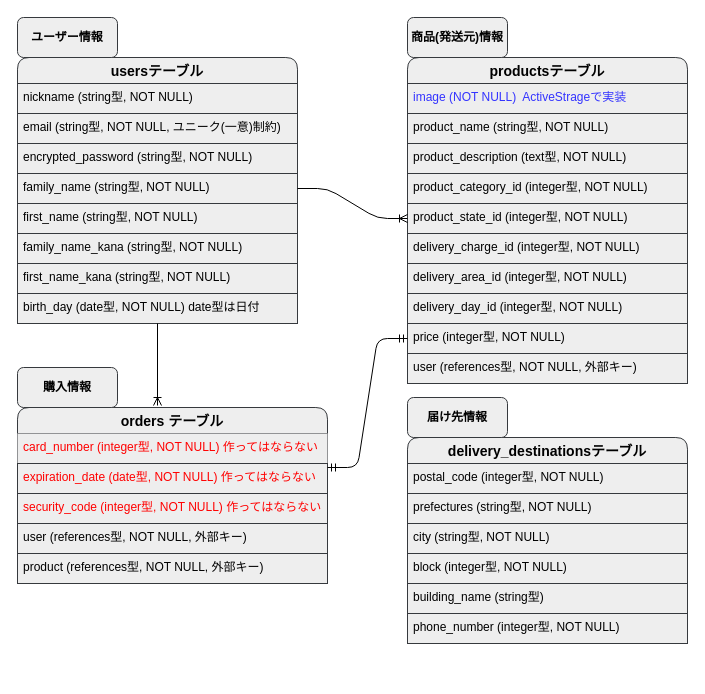
Before: ER図.dio in yoshitarotsuda/furima-37166, a draw.io diagram. Source tidied: cells renumbered, new cells numbered last; positions are measured from the earlier drawing's top-left corner, leaving out a move shared by most shapes. Both pictures are drawn from the tidied source at 100%, with x=0, y=0 at pixel (17, 17).
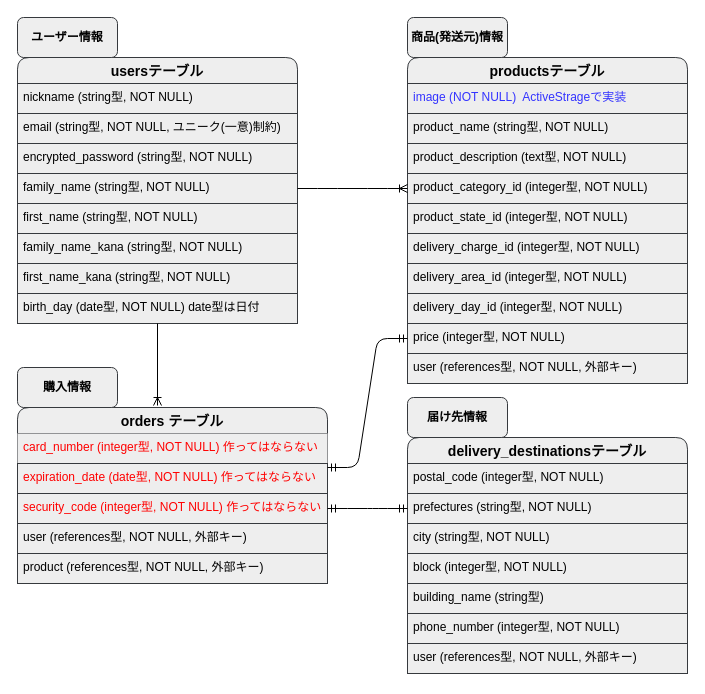
The same diagram, later.

Commit message (it also covers changes not shown here):
購入情報のアソシエーション修正

The change refers to these unchanged cells:
```xml
<mxCell id="6" value="family_name (string型, NOT NULL)" style="text;strokeColor=#36393d;fillColor=#eeeeee;spacingLeft=4;spacingRight=4;overflow=hidden;points=[[0,0.5],[1,0.5]];portConstraint=eastwest;fontSize=12;fontColor=#000000;" parent="2" vertex="1">
  <mxGeometry y="116" width="280" height="30" as="geometry" />
</mxCell>
<mxCell id="16" value="product_category_id (integer型, NOT NULL)" style="text;strokeColor=#36393d;fillColor=#eeeeee;spacingLeft=4;spacingRight=4;overflow=hidden;points=[[0,0.5],[1,0.5]];portConstraint=eastwest;fontSize=12;labelBackgroundColor=none;fontColor=#000000;" parent="12" vertex="1">
  <mxGeometry y="116" width="280" height="30" as="geometry" />
</mxCell>
<mxCell id="17" value="product_state_id (integer型, NOT NULL)" style="text;strokeColor=#36393d;fillColor=#eeeeee;spacingLeft=4;spacingRight=4;overflow=hidden;points=[[0,0.5],[1,0.5]];portConstraint=eastwest;fontSize=12;labelBackgroundColor=none;fontColor=#000000;" parent="12" vertex="1">
  <mxGeometry y="146" width="280" height="30" as="geometry" />
</mxCell>
<mxCell id="26" value="security_code (integer型, NOT NULL) 作ってはならない" style="text;strokeColor=#36393d;fillColor=#eeeeee;spacingLeft=4;spacingRight=4;overflow=hidden;points=[[0,0.5],[1,0.5]];portConstraint=eastwest;fontSize=12;fontColor=#FF0000;" parent="23" vertex="1">
  <mxGeometry y="86" width="310" height="30" as="geometry" />
</mxCell>
```

Change to the diagram source:
```diff
@@
     <mxCell id="30" value="delivery_destinationsテーブル" style="swimlane;fontStyle=1;horizontal=1;startSize=26;align=center;fontSize=14;rounded=1;labelBackgroundColor=none;fillColor=#eeeeee;strokeColor=#36393d;fontColor=#000000;" parent="1" vertex="1">
-      <mxGeometry x="390" y="420" width="280" height="206" as="geometry" />
+      <mxGeometry x="390" y="420" width="280" height="236" as="geometry" />
     </mxCell>
@@
+    <mxCell id="44" value="user (references型, NOT NULL, 外部キー)" style="text;strokeColor=#36393d;fillColor=#eeeeee;spacingLeft=4;spacingRight=4;overflow=hidden;fontSize=12;fontColor=#000000;" parent="30" vertex="1">
+      <mxGeometry y="206" width="280" height="30" as="geometry" />
+    </mxCell>
@@
-    <mxCell id="42" style="edgeStyle=entityRelationEdgeStyle;fontSize=12;html=1;endArrow=ERoneToMany;fontColor=#000000;entryX=0;entryY=0.5;entryDx=0;entryDy=0;exitX=1;exitY=0.5;exitDx=0;exitDy=0;" parent="1" edge="1" source="6" target="17">
+    <mxCell id="42" style="edgeStyle=entityRelationEdgeStyle;fontSize=12;html=1;endArrow=ERoneToMany;fontColor=#000000;entryX=0;entryY=0.5;entryDx=0;entryDy=0;exitX=1;exitY=0.5;exitDx=0;exitDy=0;" parent="1" edge="1" source="6" target="16">
       <mxGeometry relative="1" as="geometry" />
     </mxCell>
@@
+    <mxCell id="45" style="edgeStyle=entityRelationEdgeStyle;fontSize=12;html=1;endArrow=ERmandOne;startArrow=ERmandOne;fontColor=#000000;exitX=1;exitY=0.5;exitDx=0;exitDy=0;" parent="1" edge="1" source="26">
+      <mxGeometry relative="1" as="geometry">
+        <mxPoint x="390" y="491" as="targetPoint" />
+      </mxGeometry>
+    </mxCell>
```
